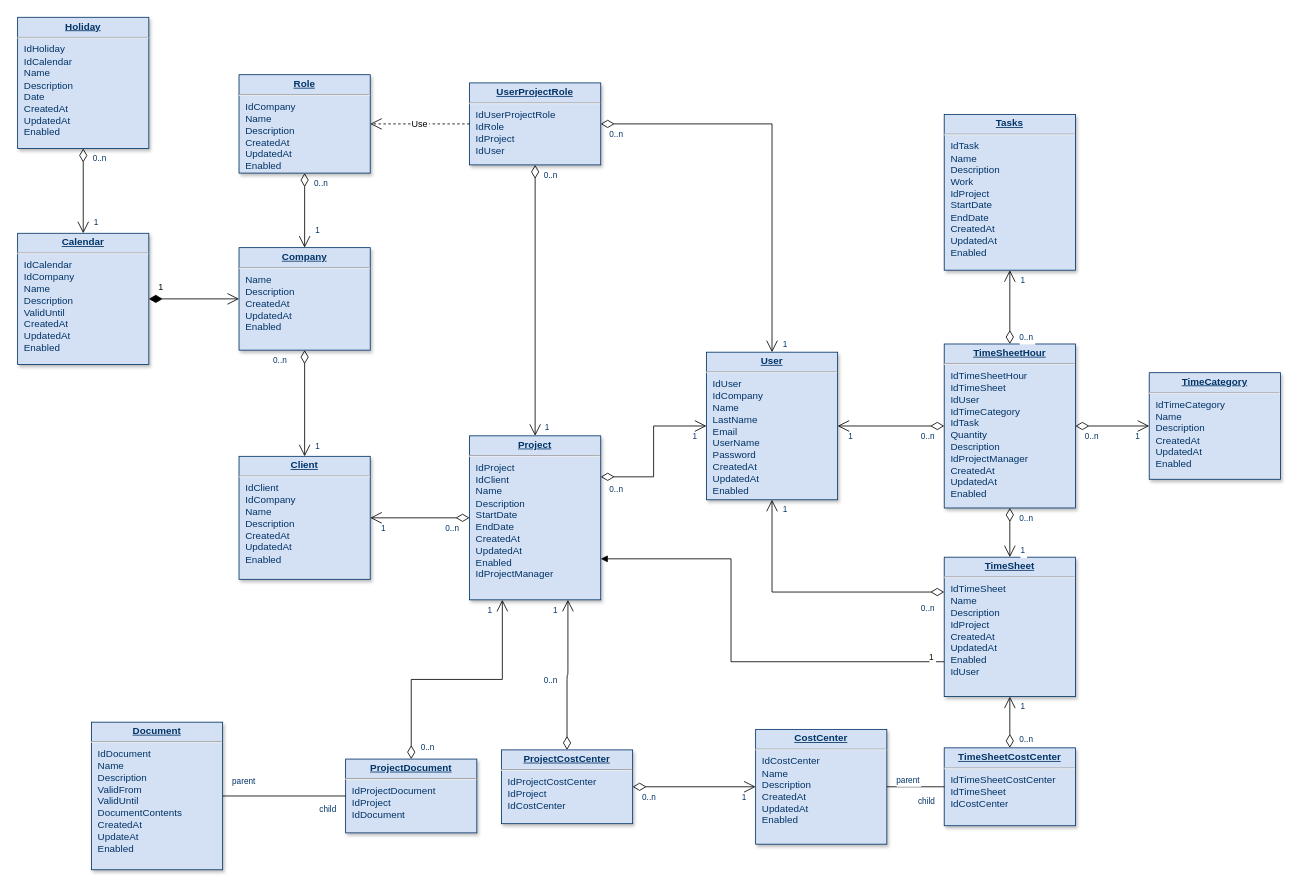
awankelana/vip-db keeps this draw.io diagram as db.drawio. Above is the earlier version. Source tidied: cells renumbered, new cells numbered last; positions are measured from the earlier drawing's top-left corner, leaving out a move shared by most shapes. Both pictures are drawn from the tidied source at 82%, with x=0, y=0 at pixel (17, 17).
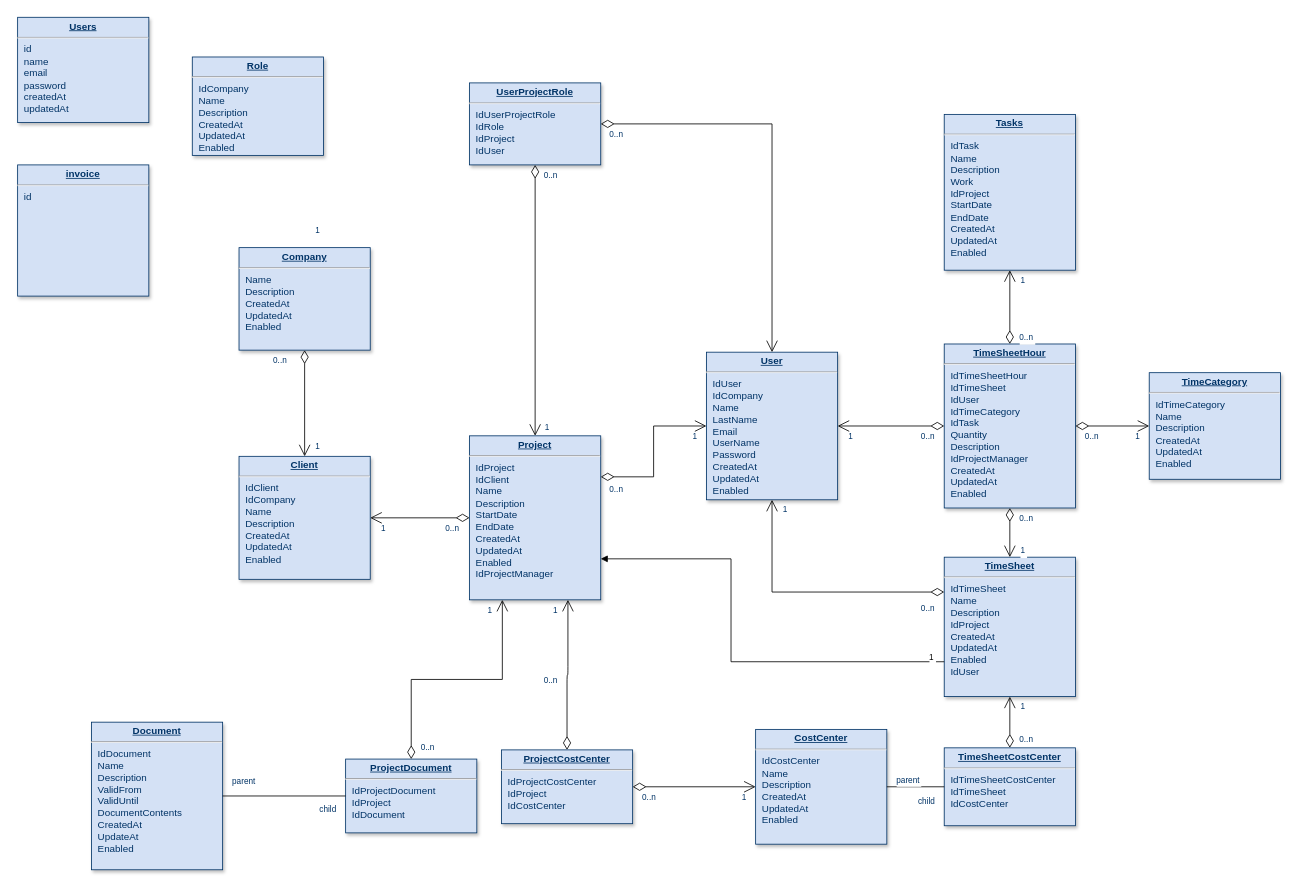
The same page after the edit.

Unchanged cells that the change refers to:
```xml
<mxCell id="3" value="&lt;p style=&quot;margin: 0px; margin-top: 4px; text-align: center; text-decoration: underline;&quot;&gt;&lt;strong&gt;Company&lt;/strong&gt;&lt;/p&gt;&lt;hr /&gt;&lt;p style=&quot;margin: 0px; margin-left: 8px;&quot;&gt;Name&lt;/p&gt;&lt;p style=&quot;margin: 0px; margin-left: 8px;&quot;&gt;Description&lt;/p&gt;&lt;p style=&quot;margin: 0px; margin-left: 8px;&quot;&gt;CreatedAt&lt;/p&gt;&lt;p style=&quot;margin: 0px; margin-left: 8px;&quot;&gt;UpdatedAt&lt;/p&gt;&lt;p style=&quot;margin: 0px; margin-left: 8px;&quot;&gt;Enabled&lt;/p&gt;" style="verticalAlign=top;align=left;overflow=fill;fontSize=12;fontFamily=Helvetica;html=1;strokeColor=#003366;shadow=1;fillColor=#D4E1F5;fontColor=#003366;" parent="1" vertex="1">
  <mxGeometry x="270" y="280.5" width="160" height="125" as="geometry" />
</mxCell>
<mxCell id="6" value="&lt;p style=&quot;margin: 0px; margin-top: 4px; text-align: center; text-decoration: underline;&quot;&gt;&lt;strong&gt;UserProjectRole&lt;/strong&gt;&lt;/p&gt;&lt;hr /&gt;&lt;p style=&quot;margin: 0px; margin-left: 8px;&quot;&gt;IdUserProjectRole&lt;/p&gt;&lt;p style=&quot;margin: 0px; margin-left: 8px;&quot;&gt;IdRole&lt;/p&gt;&lt;p style=&quot;margin: 0px; margin-left: 8px;&quot;&gt;IdProject&lt;/p&gt;&lt;p style=&quot;margin: 0px; margin-left: 8px;&quot;&gt;IdUser&lt;/p&gt;" style="verticalAlign=top;align=left;overflow=fill;fontSize=12;fontFamily=Helvetica;html=1;strokeColor=#003366;shadow=1;fillColor=#D4E1F5;fontColor=#003366;" parent="1" vertex="1">
  <mxGeometry x="551.1" y="79.6" width="160" height="100" as="geometry" />
</mxCell>
```

The edit, as a diff of the source:
```diff
@@
     <mxCell id="2" value="&lt;p style=&quot;margin: 0px; margin-top: 4px; text-align: center; text-decoration: underline;&quot;&gt;&lt;strong&gt;Role&lt;/strong&gt;&lt;/p&gt;&lt;hr /&gt;&lt;p style=&quot;margin: 0px; margin-left: 8px;&quot;&gt;IdCompany&lt;br /&gt;Name&lt;/p&gt;&lt;p style=&quot;margin: 0px; margin-left: 8px;&quot;&gt;Description&lt;/p&gt;&lt;p style=&quot;margin: 0px; margin-left: 8px;&quot;&gt;CreatedAt&lt;/p&gt;&lt;p style=&quot;margin: 0px; margin-left: 8px;&quot;&gt;UpdatedAt&lt;/p&gt;&lt;p style=&quot;margin: 0px; margin-left: 8px;&quot;&gt;Enabled&lt;/p&gt;" style="verticalAlign=top;align=left;overflow=fill;fontSize=12;fontFamily=Helvetica;html=1;strokeColor=#003366;shadow=1;fillColor=#D4E1F5;fontColor=#003366;" parent="1" vertex="1">
-      <mxGeometry x="270" y="69.6" width="160" height="120" as="geometry" />
+      <mxGeometry x="213" y="48" width="160" height="120" as="geometry" />
     </mxCell>
@@
-    <mxCell id="4" value="&lt;p style=&quot;margin: 0px; margin-top: 4px; text-align: center; text-decoration: underline;&quot;&gt;&lt;strong&gt;Calendar&lt;/strong&gt;&lt;/p&gt;&lt;hr /&gt;&lt;p style=&quot;margin: 0px; margin-left: 8px;&quot;&gt;IdCalendar&lt;/p&gt;&lt;p style=&quot;margin: 0px; margin-left: 8px;&quot;&gt;IdCompany&lt;/p&gt;&lt;p style=&quot;margin: 0px; margin-left: 8px;&quot;&gt;Name&lt;/p&gt;&lt;p style=&quot;margin: 0px; margin-left: 8px;&quot;&gt;Description&lt;/p&gt;&lt;p style=&quot;margin: 0px; margin-left: 8px;&quot;&gt;ValidUntil&lt;/p&gt;&lt;p style=&quot;margin: 0px; margin-left: 8px;&quot;&gt;CreatedAt&lt;/p&gt;&lt;p style=&quot;margin: 0px; margin-left: 8px;&quot;&gt;UpdatedAt&lt;/p&gt;&lt;p style=&quot;margin: 0px; margin-left: 8px;&quot;&gt;Enabled&lt;/p&gt;" style="verticalAlign=top;align=left;overflow=fill;fontSize=12;fontFamily=Helvetica;html=1;strokeColor=#003366;shadow=1;fillColor=#D4E1F5;fontColor=#003366;" parent="1" vertex="1">
-      <mxGeometry y="263" width="160" height="160" as="geometry" />
+    <mxCell id="4" value="&lt;p style=&quot;margin: 0px ; margin-top: 4px ; text-align: center ; text-decoration: underline&quot;&gt;&lt;b&gt;invoice&lt;/b&gt;&lt;/p&gt;&lt;hr&gt;&lt;p style=&quot;margin: 0px ; margin-left: 8px&quot;&gt;id&lt;/p&gt;&lt;p style=&quot;margin: 0px ; margin-left: 8px&quot;&gt;&lt;br&gt;&lt;/p&gt;" style="verticalAlign=top;align=left;overflow=fill;fontSize=12;fontFamily=Helvetica;html=1;strokeColor=#003366;shadow=1;fillColor=#D4E1F5;fontColor=#003366;" parent="1" vertex="1">
+      <mxGeometry y="179.6" width="160" height="160" as="geometry" />
     </mxCell>
@@
-    <mxCell id="8" value="&lt;p style=&quot;margin: 0px; margin-top: 4px; text-align: center; text-decoration: underline;&quot;&gt;&lt;strong&gt;Holiday&lt;/strong&gt;&lt;/p&gt;&lt;hr /&gt;&lt;p style=&quot;margin: 0px; margin-left: 8px;&quot;&gt;IdHoliday&lt;/p&gt;&lt;p style=&quot;margin: 0px; margin-left: 8px;&quot;&gt;IdCalendar&lt;/p&gt;&lt;p style=&quot;margin: 0px; margin-left: 8px;&quot;&gt;Name&lt;/p&gt;&lt;p style=&quot;margin: 0px; margin-left: 8px;&quot;&gt;Description&lt;/p&gt;&lt;p style=&quot;margin: 0px; margin-left: 8px;&quot;&gt;Date&lt;/p&gt;&lt;p style=&quot;margin: 0px; margin-left: 8px;&quot;&gt;CreatedAt&lt;/p&gt;&lt;p style=&quot;margin: 0px; margin-left: 8px;&quot;&gt;UpdatedAt&lt;/p&gt;&lt;p style=&quot;margin: 0px; margin-left: 8px;&quot;&gt;Enabled&lt;/p&gt;" style="verticalAlign=top;align=left;overflow=fill;fontSize=12;fontFamily=Helvetica;html=1;strokeColor=#003366;shadow=1;fillColor=#D4E1F5;fontColor=#003366;" parent="1" vertex="1">
-      <mxGeometry y="-0.4" width="160" height="160" as="geometry" />
+    <mxCell id="8" value="&lt;p style=&quot;margin: 0px ; margin-top: 4px ; text-align: center ; text-decoration: underline&quot;&gt;&lt;strong&gt;Users&lt;/strong&gt;&lt;/p&gt;&lt;hr&gt;&lt;p style=&quot;margin: 0px ; margin-left: 8px&quot;&gt;id&lt;/p&gt;&lt;p style=&quot;margin: 0px ; margin-left: 8px&quot;&gt;name&lt;/p&gt;&lt;p style=&quot;margin: 0px ; margin-left: 8px&quot;&gt;email&lt;/p&gt;&lt;p style=&quot;margin: 0px ; margin-left: 8px&quot;&gt;password&lt;/p&gt;&lt;p style=&quot;margin: 0px ; margin-left: 8px&quot;&gt;createdAt&lt;/p&gt;&lt;p style=&quot;margin: 0px ; margin-left: 8px&quot;&gt;updatedAt&lt;/p&gt;" style="verticalAlign=top;align=left;overflow=fill;fontSize=12;fontFamily=Helvetica;html=1;strokeColor=#003366;shadow=1;fillColor=#D4E1F5;fontColor=#003366;" parent="1" vertex="1">
+      <mxGeometry y="-0.4" width="160" height="128.4" as="geometry" />
     </mxCell>
@@
-    <mxCell id="19" style="endArrow=open;endSize=12;startArrow=diamondThin;startSize=14;startFill=0;edgeStyle=orthogonalEdgeStyle;" parent="1" edge="1" source="2" target="3">
-      <mxGeometry y="160" as="geometry" />
-    </mxCell>
-    <mxCell id="20" value="0..n" style="align=left;verticalAlign=top;labelBackgroundColor=#ffffff;fontSize=10;strokeColor=#003366;shadow=1;fillColor=#D4E1F5;fontColor=#003366;" parent="19" vertex="1">
-      <mxGeometry x="-1" relative="1" as="geometry">
-        <mxPoint x="10" as="offset" />
-      </mxGeometry>
-    </mxCell>
-    <mxCell id="21" value="1" style="align=right;verticalAlign=top;labelBackgroundColor=#ffffff;fontSize=10;strokeColor=#003366;shadow=1;fillColor=#D4E1F5;fontColor=#003366;" parent="19" vertex="1">
-      <mxGeometry x="1" relative="1" as="geometry">
-        <mxPoint x="590" y="105" as="offset" />
-      </mxGeometry>
-    </mxCell>
@@
-    <mxCell id="61" style="endArrow=open;endSize=12;startArrow=diamondThin;startSize=14;startFill=0;edgeStyle=orthogonalEdgeStyle;" parent="1" edge="1" source="8" target="4">
-      <mxGeometry x="620" y="340" as="geometry" />
-    </mxCell>
-    <mxCell id="62" value="0..n" style="align=left;verticalAlign=top;labelBackgroundColor=#ffffff;fontSize=10;strokeColor=#003366;shadow=1;fillColor=#D4E1F5;fontColor=#003366;" parent="61" vertex="1">
-      <mxGeometry x="-1" relative="1" as="geometry">
-        <mxPoint x="10" as="offset" />
-      </mxGeometry>
-    </mxCell>
-    <mxCell id="63" value="1" style="align=right;verticalAlign=top;labelBackgroundColor=#ffffff;fontSize=10;strokeColor=#003366;shadow=1;fillColor=#D4E1F5;fontColor=#003366;" parent="61" vertex="1">
-      <mxGeometry x="1" relative="1" as="geometry">
-        <mxPoint x="20" y="-25" as="offset" />
-      </mxGeometry>
-    </mxCell>
@@
-    <mxCell id="67" value="Use" style="endArrow=open;endSize=12;dashed=1;" parent="1" edge="1" source="6" target="2">
-      <mxGeometry x="430" y="50" as="geometry" />
-    </mxCell>
-    <mxCell id="68" value="1" style="endArrow=open;endSize=12;startArrow=diamondThin;startSize=14;startFill=1;edgeStyle=orthogonalEdgeStyle;align=left;verticalAlign=bottom;" parent="1" edge="1" source="4" target="3">
-      <mxGeometry x="-0.82" y="5" relative="1" as="geometry" />
-    </mxCell>
```
